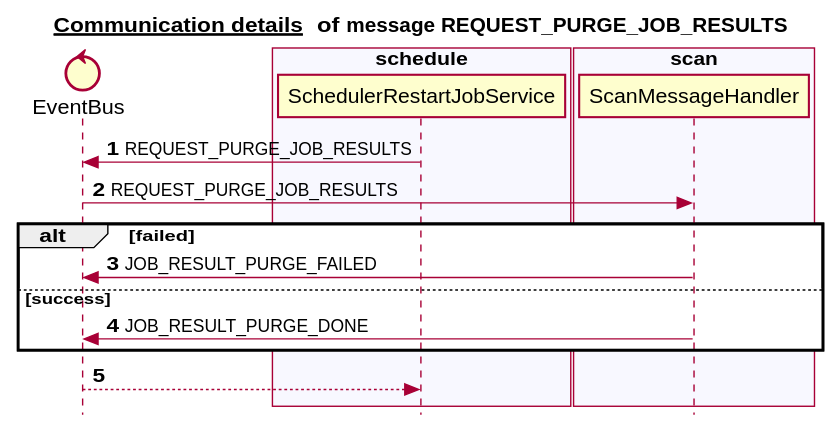
This is docs/latest/images/gen_domain_messaging_request_purge_job_results.svg from mercedes-benz/sechub, a PlantUML export, as it was before one commit.
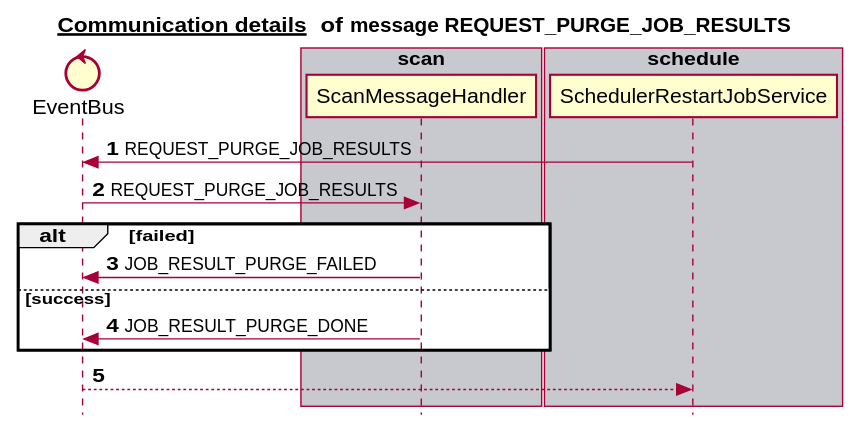
The same diagram one commit later.

The edit, as a diff of the source:
```diff
@@ -6,17 +6,17 @@
 
 
 control EventBus
+box "scan" #C8C8CF
+   participant ScanMessageHandler
+end box
+box "authorization" #F8F8FF
+end box
 box "administration" #C8C8CF
 end box
-box "schedule" #F8F8FF
+box "notification" #F8F8FF
+end box
+box "schedule" #C8C8CF
    participant SchedulerRestartJobService
-end box
-box "authorization" #C8C8CF
-end box
-box "scan" #F8F8FF
-   participant ScanMessageHandler
-end box
-box "notification" #C8C8CF
 end box
 autonumber 1
 SchedulerRestartJobService -> EventBus:REQUEST_PURGE_JOB_RESULTS
```
